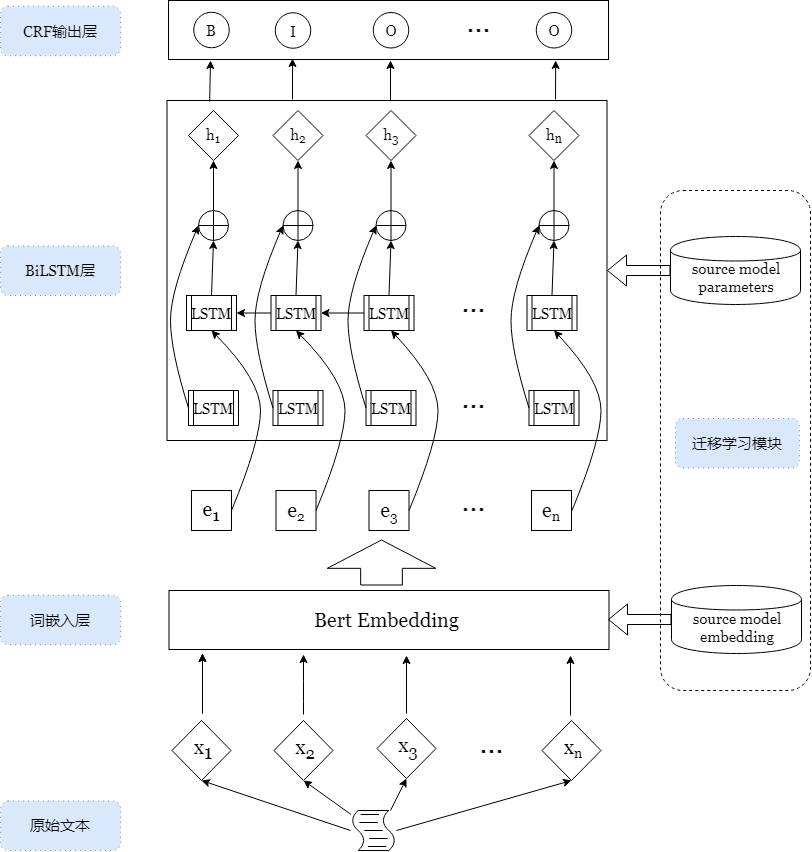
Before: Trans-Bert-BiLSTM-CRF-CN.png, a diagram exported from draw.io (yhx123hero/CyberspaceSecurity_NER). Source tidied: cells renumbered, new cells last; positions are measured from the earlier drawing's top-left corner, leaving out a move shared by most shapes.
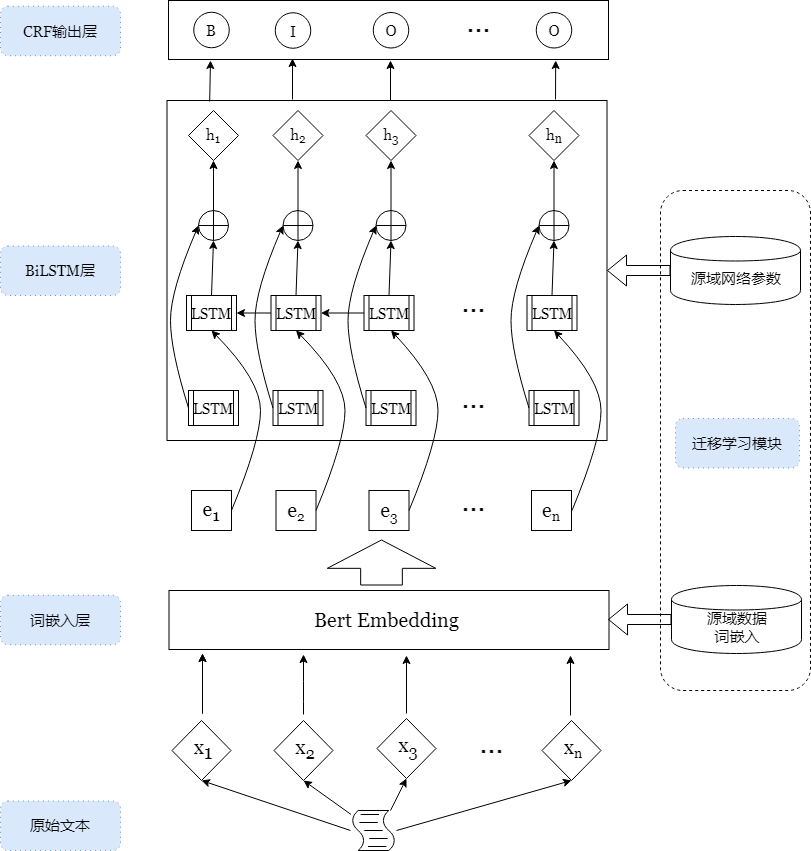
Later version of the same file.

What changed in the source:
```diff
@@ -353,7 +353,7 @@
     <mxCell id="93" style="shape=flexArrow;endArrow=classic;html=1;fontFamily=Georgia;fontSize=15;entryX=1;entryY=0.5;entryDx=0;entryDy=0;exitX=0;exitY=0.5;exitDx=0;exitDy=0;" parent="1" edge="1" source="92" target="3">
       <mxGeometry relative="1" as="geometry" />
     </mxCell>
-    <mxCell id="94" value="source model parameters" style="text;html=1;strokeColor=none;fillColor=none;align=center;verticalAlign=middle;whiteSpace=wrap;rounded=0;labelBackgroundColor=none;fontFamily=Georgia;fontSize=15;" parent="1" vertex="1">
+    <mxCell id="94" value="源域网络参数" style="text;html=1;strokeColor=none;fillColor=none;align=center;verticalAlign=middle;whiteSpace=wrap;rounded=0;labelBackgroundColor=none;fontFamily=Georgia;fontSize=15;" parent="1" vertex="1">
       <mxGeometry x="686" y="266" width="100" height="23" as="geometry" />
     </mxCell>
     <mxCell id="95" style="endArrow=classic;html=1;fontFamily=Georgia;fontSize=15;exitX=0.097;exitY=0.003;exitDx=0;exitDy=0;exitPerimeter=0;" parent="1" edge="1" source="3">
@@ -402,7 +402,7 @@
         <mxPoint x="607.5" y="619" as="targetPoint" />
       </mxGeometry>
     </mxCell>
-    <mxCell id="107" value="source model embedding" style="text;html=1;strokeColor=none;fillColor=none;align=center;verticalAlign=middle;whiteSpace=wrap;rounded=0;labelBackgroundColor=none;fontFamily=Georgia;fontSize=15;" parent="1" vertex="1">
+    <mxCell id="107" value="源域数据&lt;br&gt;词嵌入" style="text;html=1;strokeColor=none;fillColor=none;align=center;verticalAlign=middle;whiteSpace=wrap;rounded=0;labelBackgroundColor=none;fontFamily=Georgia;fontSize=15;" parent="1" vertex="1">
       <mxGeometry x="687" y="615" width="100" height="23" as="geometry" />
     </mxCell>
   </root>
```
